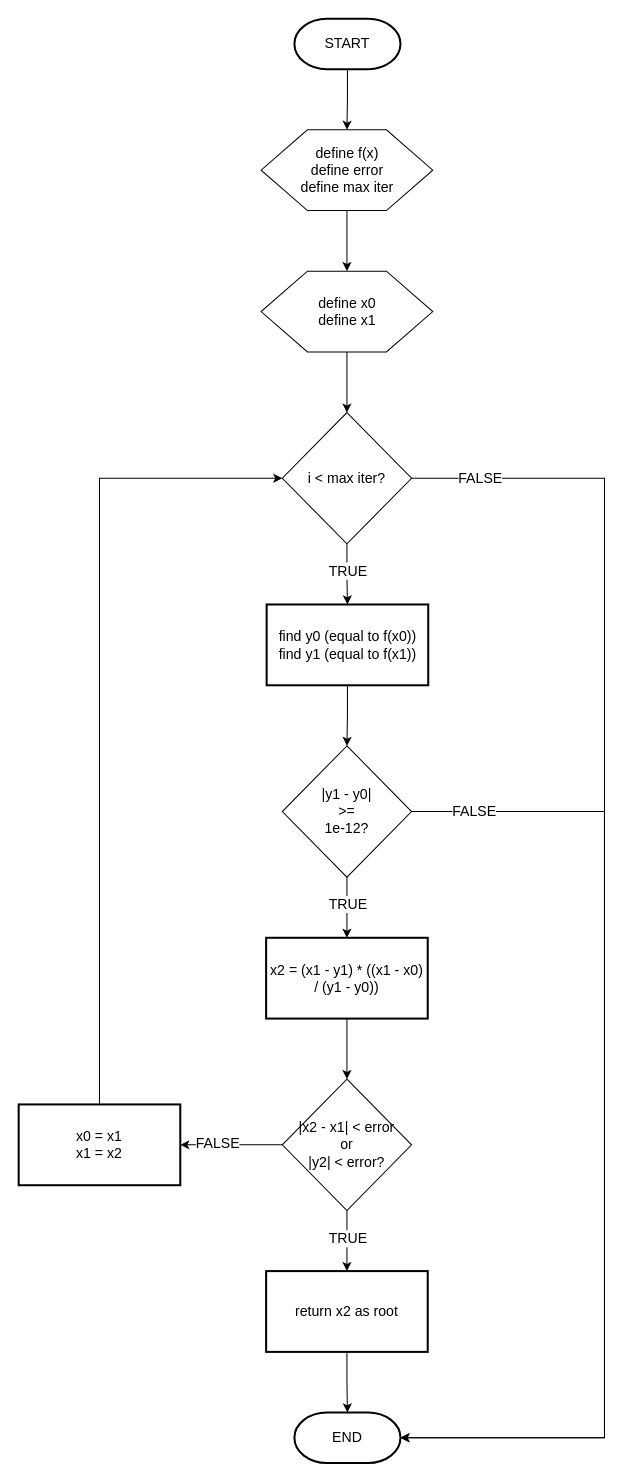
HarisHerdiansyah/computational-math keeps this draw.io diagram as secant/secant.drawio. Above is the earlier version. Source tidied: cells renumbered, new cells numbered last; positions are measured from the earlier drawing's top-left corner, leaving out a move shared by most shapes. Both pictures are drawn from the tidied source at 101%, with x=0, y=0 at pixel (18, 18).
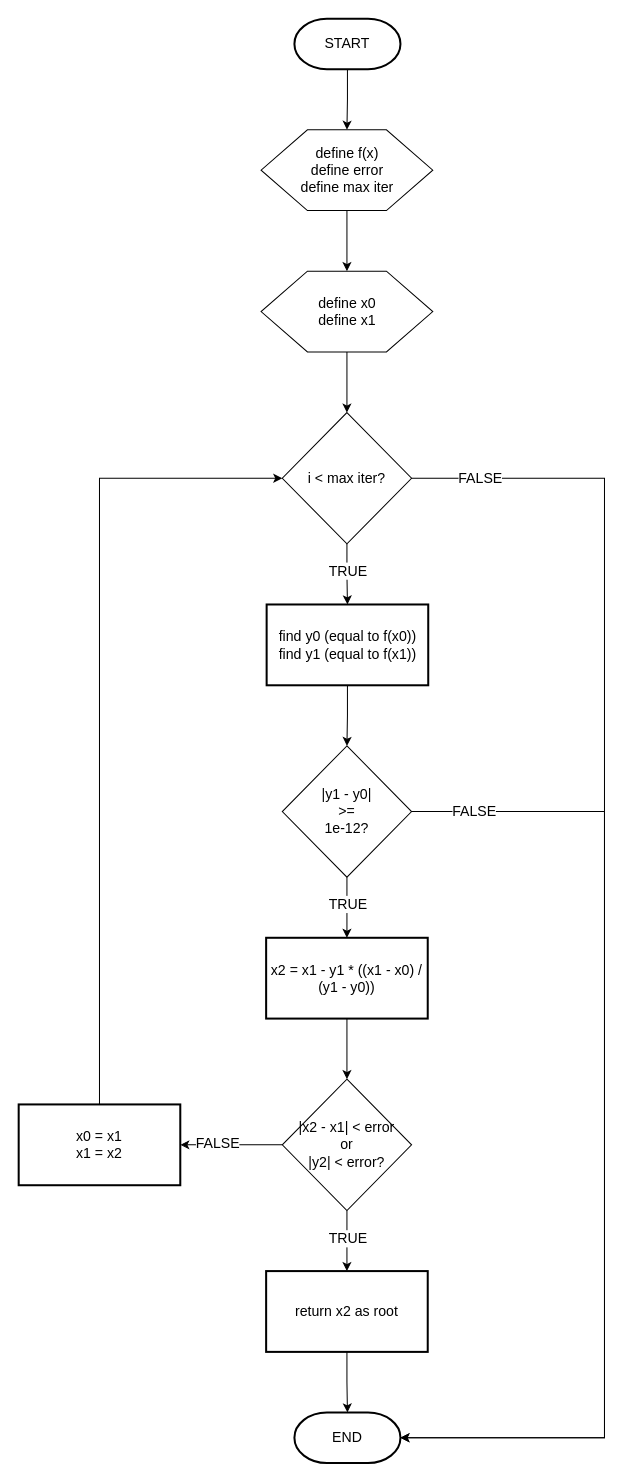
Above is the later version.

What changed in the source:
```diff
@@
-    <mxCell id="17" value="x2 = (x1 - y1) * ((x1 - x0) / (y1 - y0))" style="rounded=1;whiteSpace=wrap;html=1;absoluteArcSize=1;arcSize=0;strokeWidth=2;fontSize=14;" parent="1" vertex="1">
+    <mxCell id="17" value="x2 = x1 - y1 * ((x1 - x0) / (y1 - y0))" style="rounded=1;whiteSpace=wrap;html=1;absoluteArcSize=1;arcSize=0;strokeWidth=2;fontSize=14;" parent="1" vertex="1">
       <mxGeometry x="245" y="910" width="160" height="80" as="geometry" />
     </mxCell>
```
